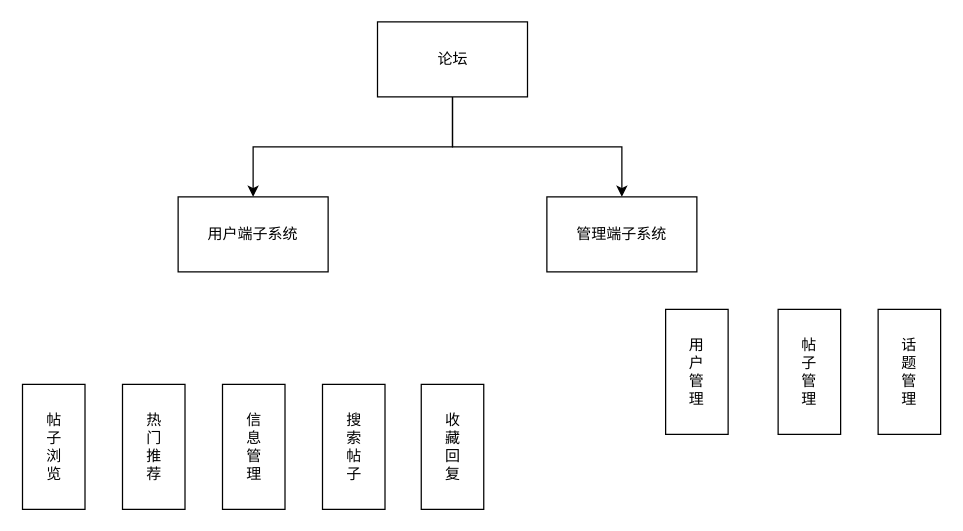
This is 毕业论文/论坛结构图.drawio from lululuhui/flow-chart-warehouse, a draw.io file, before an edit. Source tidied: cells renumbered, new cells numbered last; positions are measured from the earlier drawing's top-left corner, leaving out a move shared by most shapes. Both pictures are drawn from the tidied source at 125%, with x=0, y=0 at pixel (22, 21).
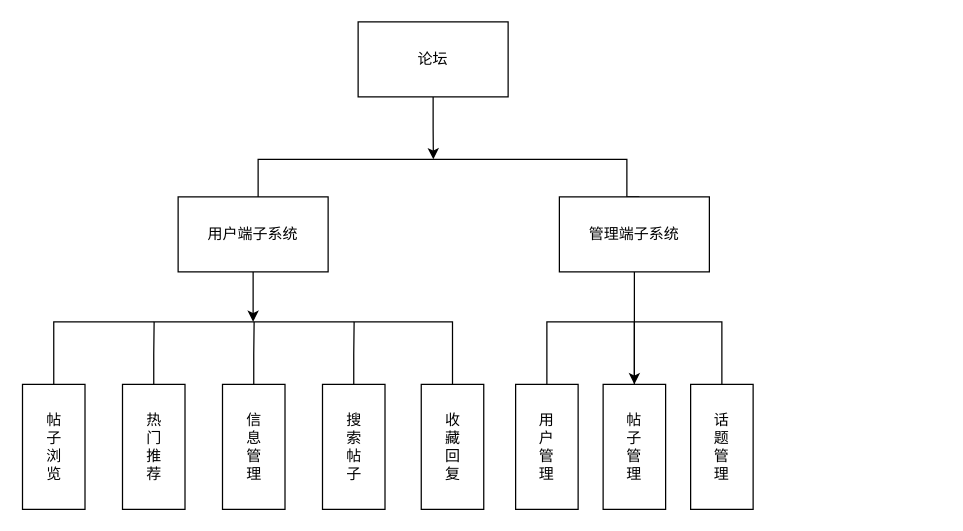
The same page after the edit.

Commit message (it also covers changes not shown here):
Update 论坛结构图.drawio

Unchanged cells that the change refers to:
```xml
<mxCell id="5" value="用户端子系统" style="rounded=0;whiteSpace=wrap;html=1;" parent="1" vertex="1">
  <mxGeometry x="124" y="140" width="120" height="60" as="geometry" />
</mxCell>
<mxCell id="7" value="帖&lt;br&gt;子&lt;br&gt;浏&lt;br&gt;览" style="rounded=0;whiteSpace=wrap;html=1;" parent="1" vertex="1">
  <mxGeometry x="-0.5" y="290" width="50" height="100" as="geometry" />
</mxCell>
<mxCell id="8" value="搜&lt;br&gt;索&lt;br&gt;帖&lt;br&gt;子" style="rounded=0;whiteSpace=wrap;html=1;" parent="1" vertex="1">
  <mxGeometry x="239.5" y="290" width="50" height="100" as="geometry" />
</mxCell>
<mxCell id="9" value="收&lt;br&gt;藏&lt;br&gt;回&lt;br&gt;复" style="rounded=0;whiteSpace=wrap;html=1;" parent="1" vertex="1">
  <mxGeometry x="318.5" y="290" width="50" height="100" as="geometry" />
</mxCell>
<mxCell id="10" value="信&lt;br&gt;息&lt;br&gt;管&lt;br&gt;理" style="rounded=0;whiteSpace=wrap;html=1;" parent="1" vertex="1">
  <mxGeometry x="159.5" y="290" width="50" height="100" as="geometry" />
</mxCell>
<mxCell id="14" value="热&lt;br&gt;门&lt;br&gt;推&lt;br&gt;荐" style="rounded=0;whiteSpace=wrap;html=1;" parent="1" vertex="1">
  <mxGeometry x="79.5" y="290" width="50" height="100" as="geometry" />
</mxCell>
```

What changed in the source:
```diff
@@
-    <mxCell id="2" style="edgeStyle=orthogonalEdgeStyle;rounded=0;jettySize=auto;html=1;exitX=0.5;exitY=1;exitDx=0;exitDy=0;entryX=0.5;entryY=0;entryDx=0;entryDy=0;" parent="1" edge="1" source="4" target="5">
-      <mxGeometry relative="1" as="geometry">
-        <Array as="points">
-          <mxPoint x="344" y="100" />
-          <mxPoint x="184" y="100" />
-        </Array>
-      </mxGeometry>
-    </mxCell>
-    <mxCell id="3" style="edgeStyle=orthogonalEdgeStyle;rounded=0;jettySize=auto;html=1;exitX=0.5;exitY=1;exitDx=0;exitDy=0;entryX=0.5;entryY=0;entryDx=0;entryDy=0;" parent="1" edge="1" source="4" target="6">
-      <mxGeometry relative="1" as="geometry" />
-    </mxCell>
+    <mxCell id="15" style="edgeStyle=orthogonalEdgeStyle;rounded=0;jettySize=auto;html=1;exitX=0.5;exitY=1;exitDx=0;exitDy=0;endArrow=classic;endFill=1;" parent="1" edge="1" source="4">
+      <mxGeometry relative="1" as="geometry">
+        <mxPoint x="328.2" y="110" as="targetPoint" />
+      </mxGeometry>
+    </mxCell>
     <mxCell id="4" value="论坛" style="rounded=0;whiteSpace=wrap;html=1;" parent="1" vertex="1">
-      <mxGeometry x="283.5" width="120" height="60" as="geometry" />
+      <mxGeometry x="268" width="120" height="60" as="geometry" />
     </mxCell>
+    <mxCell id="16" style="edgeStyle=orthogonalEdgeStyle;rounded=0;orthogonalLoop=1;jettySize=auto;html=1;exitX=0.5;exitY=0;exitDx=0;exitDy=0;endArrow=none;endFill=0;entryX=0.5;entryY=0;entryDx=0;entryDy=0;" parent="1" edge="1">
+      <mxGeometry relative="1" as="geometry">
+        <mxPoint x="188" y="140" as="sourcePoint" />
+        <mxPoint x="493" y="140" as="targetPoint" />
+        <Array as="points">
+          <mxPoint x="188" y="110" />
+          <mxPoint x="483" y="110" />
+        </Array>
+      </mxGeometry>
+    </mxCell>
+    <mxCell id="17" style="edgeStyle=orthogonalEdgeStyle;rounded=0;jettySize=auto;html=1;exitX=0.5;exitY=1;exitDx=0;exitDy=0;endArrow=classic;endFill=1;" parent="1" edge="1" source="5">
+      <mxGeometry relative="1" as="geometry">
+        <mxPoint x="184" y="240" as="targetPoint" />
+      </mxGeometry>
+    </mxCell>
@@
+    <mxCell id="18" style="edgeStyle=orthogonalEdgeStyle;rounded=0;jettySize=auto;html=1;endArrow=classic;endFill=1;" parent="1" edge="1" source="6" target="12">
+      <mxGeometry relative="1" as="geometry" />
+    </mxCell>
     <mxCell id="6" value="管理端子系统" style="rounded=0;whiteSpace=wrap;html=1;" parent="1" vertex="1">
-      <mxGeometry x="419" y="140" width="120" height="60" as="geometry" />
+      <mxGeometry x="429" y="140" width="120" height="60" as="geometry" />
     </mxCell>
+    <mxCell id="19" style="edgeStyle=orthogonalEdgeStyle;rounded=0;jettySize=auto;html=1;exitX=0.5;exitY=0;exitDx=0;exitDy=0;entryX=0.5;entryY=0;entryDx=0;entryDy=0;endArrow=none;endFill=0;" parent="1" edge="1" source="7" target="9">
+      <mxGeometry relative="1" as="geometry">
+        <Array as="points">
+          <mxPoint x="25" y="240" />
+          <mxPoint x="344" y="240" />
+        </Array>
+      </mxGeometry>
+    </mxCell>
@@
+    <mxCell id="20" style="edgeStyle=orthogonalEdgeStyle;rounded=0;jettySize=auto;html=1;exitX=0.5;exitY=0;exitDx=0;exitDy=0;endArrow=none;endFill=0;" parent="1" edge="1" source="8">
+      <mxGeometry relative="1" as="geometry">
+        <mxPoint x="264.8" y="240" as="targetPoint" />
+      </mxGeometry>
+    </mxCell>
@@
+    <mxCell id="21" style="edgeStyle=orthogonalEdgeStyle;rounded=0;jettySize=auto;html=1;exitX=0.5;exitY=0;exitDx=0;exitDy=0;endArrow=none;endFill=0;" parent="1" edge="1" source="10">
+      <mxGeometry relative="1" as="geometry">
+        <mxPoint x="184.8" y="240" as="targetPoint" />
+      </mxGeometry>
+    </mxCell>
@@
+    <mxCell id="22" style="edgeStyle=orthogonalEdgeStyle;rounded=0;jettySize=auto;html=1;exitX=0.5;exitY=0;exitDx=0;exitDy=0;entryX=0.5;entryY=0;entryDx=0;entryDy=0;endArrow=none;endFill=0;" parent="1" edge="1" source="11" target="13">
+      <mxGeometry relative="1" as="geometry">
+        <Array as="points">
+          <mxPoint x="419" y="240" />
+          <mxPoint x="559" y="240" />
+        </Array>
+      </mxGeometry>
+    </mxCell>
     <mxCell id="11" value="用&lt;br&gt;户&lt;br&gt;管&lt;br&gt;理" style="rounded=0;whiteSpace=wrap;html=1;" parent="1" vertex="1">
-      <mxGeometry x="514" y="230" width="50" height="100" as="geometry" />
+      <mxGeometry x="394" y="290" width="50" height="100" as="geometry" />
     </mxCell>
+    <mxCell id="23" style="edgeStyle=orthogonalEdgeStyle;rounded=0;jettySize=auto;html=1;exitX=0.5;exitY=0;exitDx=0;exitDy=0;endArrow=none;endFill=0;" parent="1" edge="1" source="12">
+      <mxGeometry relative="1" as="geometry">
+        <mxPoint x="489" y="240" as="targetPoint" />
+      </mxGeometry>
+    </mxCell>
     <mxCell id="12" value="帖&lt;br&gt;子&lt;br&gt;管&lt;br&gt;理" style="rounded=0;whiteSpace=wrap;html=1;" parent="1" vertex="1">
-      <mxGeometry x="604" y="230" width="50" height="100" as="geometry" />
+      <mxGeometry x="464" y="290" width="50" height="100" as="geometry" />
     </mxCell>
     <mxCell id="13" value="话&lt;br&gt;题&lt;br&gt;管&lt;br&gt;理" style="rounded=0;whiteSpace=wrap;html=1;" parent="1" vertex="1">
-      <mxGeometry x="684" y="230" width="50" height="100" as="geometry" />
+      <mxGeometry x="534" y="290" width="50" height="100" as="geometry" />
     </mxCell>
+    <mxCell id="24" style="edgeStyle=orthogonalEdgeStyle;rounded=0;jettySize=auto;html=1;exitX=0.5;exitY=0;exitDx=0;exitDy=0;endArrow=none;endFill=0;" parent="1" edge="1" source="14">
+      <mxGeometry relative="1" as="geometry">
+        <mxPoint x="104.8" y="240" as="targetPoint" />
+      </mxGeometry>
+    </mxCell>
```
